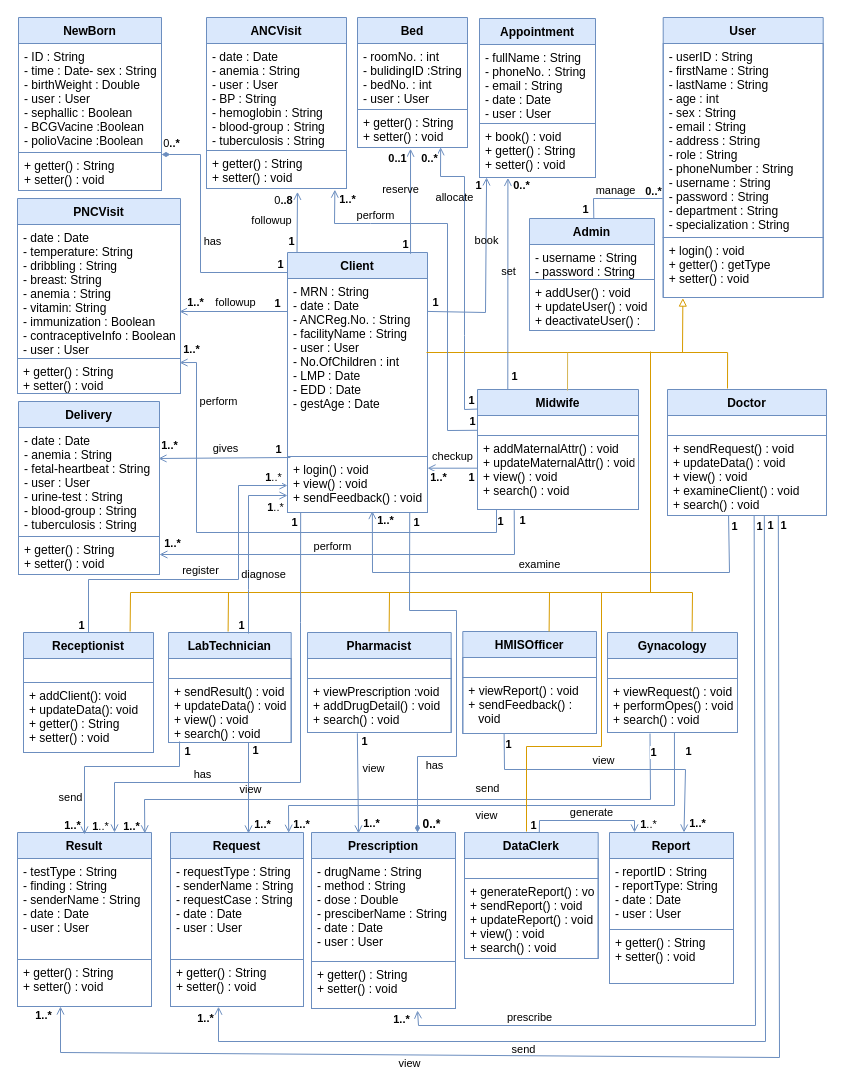
This is Detailed Class Diagram.drawio from fasil712/UML_Diagram_Design, a draw.io file, before an edit. Source tidied: cells renumbered, new cells numbered last; positions are measured from the earlier drawing's top-left corner, leaving out a move shared by most shapes. Both pictures are drawn from the tidied source at 100%, with x=0, y=0 at pixel (17, 17).
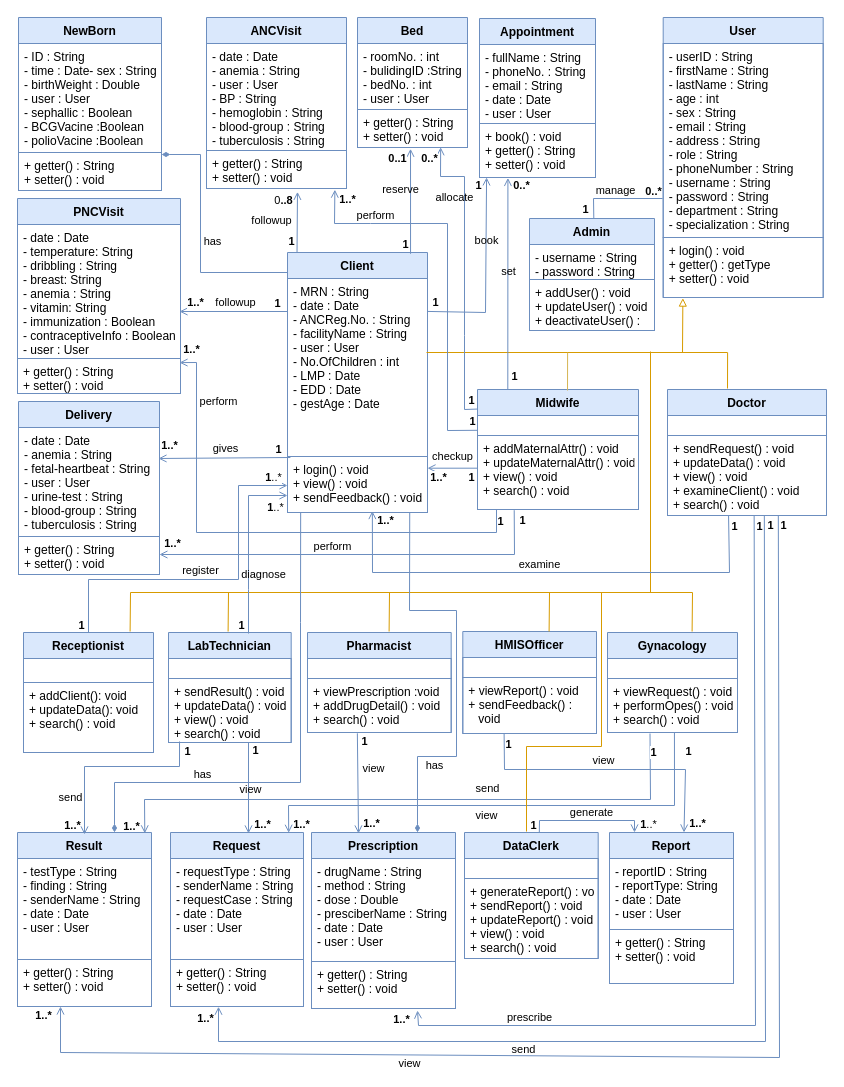
Above is the later version.

Unchanged cells that the change refers to:
```xml
<mxCell id="19" value="+ login() : void&#10;+ view() : void&#10;+ sendFeedback() : void" style="text;strokeColor=#6C8EBF;fillColor=none;align=left;verticalAlign=top;spacingLeft=4;spacingRight=4;overflow=hidden;points=[[0,0.5],[1,0.5]];portConstraint=eastwest;strokeWidth=1;spacingTop=0;fontSize=12;" parent="17" vertex="1">
  <mxGeometry y="204" width="140" height="56" as="geometry" />
</mxCell>
<mxCell id="42" style="endArrow=diamondThin;html=1;rounded=0;strokeWidth=1;fillColor=#dae8fc;strokeColor=#6c8ebf;startArrow=none;startFill=0;endFill=1;" parent="1" edge="1">
  <mxGeometry relative="1" as="geometry">
    <mxPoint x="270" y="255" as="sourcePoint" />
    <mxPoint x="144" y="137" as="targetPoint" />
    <Array as="points">
      <mxPoint x="183" y="255" />
      <mxPoint x="183" y="137" />
    </Array>
  </mxGeometry>
</mxCell>
<mxCell id="79" value="Receptionist" style="swimlane;fontStyle=1;align=center;verticalAlign=top;horizontal=1;startSize=26;strokeWidth=1;spacingTop=0;fontSize=12;strokeColor=#6c8ebf;fillColor=#dae8fc;" parent="1" vertex="1">
  <mxGeometry x="6" y="615" width="130" height="120" as="geometry" />
</mxCell>
<mxCell id="167" style="endArrow=diamondThin;html=1;rounded=0;strokeWidth=1;fillColor=#dae8fc;strokeColor=#6c8ebf;entryX=0.75;entryY=0;entryDx=0;entryDy=0;endFill=1;exitX=0.873;exitY=1.004;exitDx=0;exitDy=0;exitPerimeter=0;" parent="1" edge="1" source="19">
  <mxGeometry relative="1" as="geometry">
    <mxPoint x="400" y="815" as="targetPoint" />
    <Array as="points">
      <mxPoint x="392" y="593" />
      <mxPoint x="439" y="593" />
      <mxPoint x="439" y="739" />
      <mxPoint x="400" y="739" />
    </Array>
  </mxGeometry>
</mxCell>
```

The edit, as a diff of the source:
```diff
@@
-    <mxCell id="44" value="&lt;b&gt;1&lt;/b&gt;" style="edgeLabel;html=1;align=center;verticalAlign=middle;fontSize=11;" parent="42" vertex="1">
-      <mxGeometry x="-0.74" y="-6" relative="1" as="geometry">
-        <mxPoint x="24" y="-3" as="offset" />
-      </mxGeometry>
-    </mxCell>
-    <mxCell id="45" value="0&lt;b&gt;..*&lt;/b&gt;" style="edgeLabel;html=1;align=center;verticalAlign=middle;fontSize=11;" parent="42" vertex="1">
-      <mxGeometry x="0.86" y="-8" relative="1" as="geometry">
-        <mxPoint x="-8" y="-4" as="offset" />
-      </mxGeometry>
-    </mxCell>
@@
-    <mxCell id="81" value="+ addClient(): void&#10;+ updateData(): void&#10;+ getter() : String&#10;+ setter() : void" style="text;strokeColor=#6C8EBF;fillColor=none;align=left;verticalAlign=top;spacingLeft=4;spacingRight=4;overflow=hidden;strokeWidth=1;spacingTop=0;fontSize=12;" parent="79" vertex="1">
+    <mxCell id="81" value="+ addClient(): void&#10;+ updateData(): void&#10;+ search() : void" style="text;strokeColor=#6C8EBF;fillColor=none;align=left;verticalAlign=top;spacingLeft=4;spacingRight=4;overflow=hidden;strokeWidth=1;spacingTop=0;fontSize=12;" parent="79" vertex="1">
       <mxGeometry y="50" width="130" height="70" as="geometry" />
     </mxCell>
@@
-    <mxCell id="159" style="endArrow=open;html=1;rounded=0;strokeWidth=1;fillColor=#dae8fc;strokeColor=#6c8ebf;exitX=0.094;exitY=0.994;exitDx=0;exitDy=0;exitPerimeter=0;endFill=0;" parent="1" edge="1" source="19">
+    <mxCell id="159" style="endArrow=diamondThin;html=1;rounded=0;strokeWidth=1;fillColor=#dae8fc;strokeColor=#6c8ebf;exitX=0.094;exitY=0.994;exitDx=0;exitDy=0;exitPerimeter=0;endFill=1;" parent="1" edge="1" source="19">
       <mxGeometry relative="1" as="geometry">
         <mxPoint x="97" y="815" as="targetPoint" />
         <Array as="points">
           <mxPoint x="283" y="605" />
           <mxPoint x="283" y="765" />
           <mxPoint x="97" y="765" />
         </Array>
       </mxGeometry>
     </mxCell>
@@
-    <mxCell id="161" value="&lt;b&gt;1&lt;/b&gt;" style="edgeLabel;html=1;align=center;verticalAlign=middle;fontSize=11;" parent="159" vertex="1">
-      <mxGeometry x="-0.74" y="-6" relative="1" as="geometry">
-        <mxPoint x="-1" y="-56" as="offset" />
-      </mxGeometry>
-    </mxCell>
-    <mxCell id="162" value="&lt;b&gt;1&lt;/b&gt;..*" style="edgeLabel;html=1;align=center;verticalAlign=middle;fontSize=11;labelBackgroundColor=none;" parent="159" vertex="1">
-      <mxGeometry x="0.86" y="-8" relative="1" as="geometry">
-        <mxPoint x="-7" y="29" as="offset" />
-      </mxGeometry>
-    </mxCell>
@@
-    <mxCell id="169" value="&lt;b&gt;1&lt;/b&gt;" style="edgeLabel;html=1;align=center;verticalAlign=middle;fontSize=11;" parent="167" vertex="1">
-      <mxGeometry x="-0.69" y="-4" relative="1" as="geometry">
-        <mxPoint x="10" y="-54" as="offset" />
-      </mxGeometry>
-    </mxCell>
-    <mxCell id="170" value="&lt;font style=&quot;font-size: 12px;&quot;&gt;&lt;b&gt;0..*&lt;/b&gt;&lt;/font&gt;" style="edgeLabel;html=1;align=center;verticalAlign=middle;fontSize=11;" parent="167" vertex="1">
-      <mxGeometry x="0.78" y="-7" relative="1" as="geometry">
-        <mxPoint x="20" y="36" as="offset" />
-      </mxGeometry>
-    </mxCell>
```
